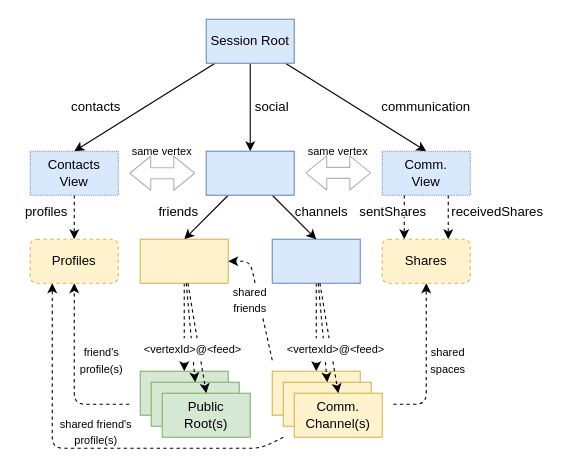
The draw.io diagram docs/social.drawio in fsteff/certacrypt, before the edit. Source tidied: cells renumbered, new cells numbered last; positions are measured from the earlier drawing's top-left corner, leaving out a move shared by most shapes. Both pictures are drawn from the tidied source at 110%, with x=0, y=0 at pixel (19, 19).
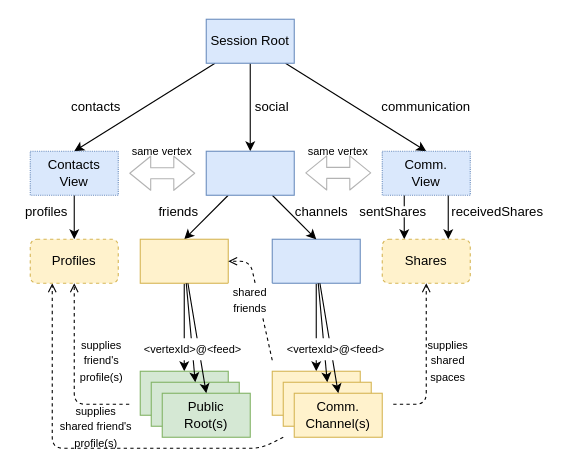
Above is the later version.

Unchanged cells that the change refers to:
```xml
<mxCell id="8" style="rounded=0;whiteSpace=wrap;html=1;fillColor=#dae8fc;strokeColor=#6c8ebf;" parent="1" vertex="1">
  <mxGeometry x="230" y="200" width="80" height="40" as="geometry" />
</mxCell>
<mxCell id="10" style="rounded=0;whiteSpace=wrap;html=1;fillColor=#fff2cc;strokeColor=#d6b656;" parent="1" vertex="1">
  <mxGeometry x="230" y="320" width="80" height="40" as="geometry" />
</mxCell>
<mxCell id="11" style="rounded=0;whiteSpace=wrap;html=1;fillColor=#fff2cc;strokeColor=#d6b656;" parent="1" vertex="1">
  <mxGeometry x="240" y="330" width="80" height="40" as="geometry" />
</mxCell>
<mxCell id="12" value="Comm. Channel(s)" style="rounded=0;whiteSpace=wrap;html=1;fillColor=#fff2cc;strokeColor=#d6b656;" parent="1" vertex="1">
  <mxGeometry x="250" y="340" width="80" height="40" as="geometry" />
</mxCell>
<mxCell id="17" value="Contacts&lt;br&gt;View" style="rounded=0;whiteSpace=wrap;html=1;fillColor=#dae8fc;dashed=1;dashPattern=1 1;strokeColor=#6c8ebf;" parent="1" vertex="1">
  <mxGeometry x="10" y="120" width="80" height="40" as="geometry" />
</mxCell>
<mxCell id="23" style="rounded=0;whiteSpace=wrap;html=1;fillColor=#fff2cc;strokeColor=#d6b656;" parent="1" vertex="1">
  <mxGeometry x="110" y="200" width="80" height="40" as="geometry" />
</mxCell>
<mxCell id="26" value="Comm.&lt;br&gt;View" style="rounded=0;whiteSpace=wrap;html=1;fillColor=#dae8fc;dashed=1;dashPattern=1 1;strokeColor=#6c8ebf;" parent="1" vertex="1">
  <mxGeometry x="330" y="120" width="80" height="40" as="geometry" />
</mxCell>
<mxCell id="33" value="Shares" style="rounded=1;whiteSpace=wrap;html=1;fillColor=#fff2cc;dashed=1;strokeColor=#d6b656;" parent="1" vertex="1">
  <mxGeometry x="330" y="200" width="80" height="40" as="geometry" />
</mxCell>
<mxCell id="34" value="Profiles" style="rounded=1;whiteSpace=wrap;html=1;fillColor=#fff2cc;dashed=1;strokeColor=#d6b656;" parent="1" vertex="1">
  <mxGeometry x="10" y="200" width="80" height="40" as="geometry" />
</mxCell>
<mxCell id="38" style="rounded=0;whiteSpace=wrap;html=1;fillColor=#d5e8d4;strokeColor=#82b366;" parent="1" vertex="1">
  <mxGeometry x="110" y="320" width="80" height="40" as="geometry" />
</mxCell>
<mxCell id="39" style="rounded=0;whiteSpace=wrap;html=1;fillColor=#d5e8d4;strokeColor=#82b366;" parent="1" vertex="1">
  <mxGeometry x="120" y="330" width="80" height="40" as="geometry" />
</mxCell>
<mxCell id="40" value="Public&lt;br&gt;Root(s)" style="rounded=0;whiteSpace=wrap;html=1;fillColor=#d5e8d4;strokeColor=#82b366;" parent="1" vertex="1">
  <mxGeometry x="130" y="340" width="80" height="40" as="geometry" />
</mxCell>
```

The edit, as a diff of the source:
```diff
@@
-    <mxCell id="2" style="endArrow=classic;html=1;dashed=1;strokeColor=#000000;fillColor=none;entryX=0.25;entryY=1;entryDx=0;entryDy=0;" parent="1" edge="1" target="34">
+    <mxCell id="2" style="endArrow=open;html=1;dashed=1;strokeColor=#000000;fillColor=none;entryX=0.25;entryY=1;entryDx=0;entryDy=0;endFill=0;" parent="1" edge="1" target="34">
       <mxGeometry relative="1" as="geometry">
         <mxPoint x="240" y="380" as="sourcePoint" />
         <Array as="points">
           <mxPoint x="220" y="390" />
           <mxPoint x="30" y="390" />
         </Array>
       </mxGeometry>
     </mxCell>
@@
-    <mxCell id="7" style="rounded=0;jettySize=auto;html=1;entryX=0.5;entryY=0;entryDx=0;entryDy=0;dashed=1;" parent="1" edge="1" source="8" target="10">
+    <mxCell id="7" style="rounded=0;jettySize=auto;html=1;entryX=0.5;entryY=0;entryDx=0;entryDy=0;" parent="1" edge="1" source="8" target="10">
       <mxGeometry relative="1" as="geometry" />
     </mxCell>
@@
-    <mxCell id="13" style="edgeStyle=none;rounded=0;jettySize=auto;html=1;entryX=0.5;entryY=0;entryDx=0;entryDy=0;dashed=1;" parent="1" edge="1" source="8" target="12">
+    <mxCell id="13" style="edgeStyle=none;rounded=0;jettySize=auto;html=1;entryX=0.5;entryY=0;entryDx=0;entryDy=0;" parent="1" edge="1" source="8" target="12">
       <mxGeometry relative="1" as="geometry" />
     </mxCell>
-    <mxCell id="14" style="edgeStyle=none;rounded=0;jettySize=auto;html=1;entryX=0.5;entryY=0;entryDx=0;entryDy=0;dashed=1;" parent="1" edge="1" source="8" target="11">
+    <mxCell id="14" style="edgeStyle=none;rounded=0;jettySize=auto;html=1;entryX=0.5;entryY=0;entryDx=0;entryDy=0;" parent="1" edge="1" source="8" target="11">
       <mxGeometry relative="1" as="geometry" />
     </mxCell>
@@
-    <mxCell id="16" style="edgeStyle=none;rounded=0;jettySize=auto;html=1;entryX=0.5;entryY=0;entryDx=0;entryDy=0;dashed=1;strokeColor=#000000;fillColor=none;" parent="1" edge="1" source="17" target="34">
+    <mxCell id="16" style="edgeStyle=none;rounded=0;jettySize=auto;html=1;entryX=0.5;entryY=0;entryDx=0;entryDy=0;strokeColor=#000000;fillColor=none;" parent="1" edge="1" source="17" target="34">
       <mxGeometry relative="1" as="geometry" />
     </mxCell>
@@
-    <mxCell id="22" style="edgeStyle=none;rounded=0;jettySize=auto;html=1;entryX=0.5;entryY=0;entryDx=0;entryDy=0;dashed=1;strokeColor=#000000;fillColor=none;" parent="1" edge="1" source="23" target="38">
+    <mxCell id="22" style="edgeStyle=none;rounded=0;jettySize=auto;html=1;entryX=0.5;entryY=0;entryDx=0;entryDy=0;strokeColor=#000000;fillColor=none;" parent="1" edge="1" source="23" target="38">
       <mxGeometry relative="1" as="geometry" />
     </mxCell>
@@
-    <mxCell id="24" style="edgeStyle=none;rounded=0;jettySize=auto;html=1;entryX=0.25;entryY=0;entryDx=0;entryDy=0;dashed=1;strokeColor=#000000;fillColor=none;exitX=0.25;exitY=1;exitDx=0;exitDy=0;" parent="1" edge="1" source="26" target="33">
+    <mxCell id="24" style="edgeStyle=none;rounded=0;jettySize=auto;html=1;entryX=0.25;entryY=0;entryDx=0;entryDy=0;strokeColor=#000000;fillColor=none;exitX=0.25;exitY=1;exitDx=0;exitDy=0;" parent="1" edge="1" source="26" target="33">
       <mxGeometry relative="1" as="geometry" />
     </mxCell>
-    <mxCell id="25" style="edgeStyle=none;rounded=0;jettySize=auto;html=1;entryX=0.75;entryY=0;entryDx=0;entryDy=0;dashed=1;fontSize=10;exitX=0.75;exitY=1;exitDx=0;exitDy=0;" parent="1" edge="1" source="26" target="33">
+    <mxCell id="25" style="edgeStyle=none;rounded=0;jettySize=auto;html=1;entryX=0.75;entryY=0;entryDx=0;entryDy=0;fontSize=10;exitX=0.75;exitY=1;exitDx=0;exitDy=0;" parent="1" edge="1" source="26" target="33">
       <mxGeometry relative="1" as="geometry" />
     </mxCell>
@@
-    <mxCell id="36" style="endArrow=classic;html=1;dashed=1;strokeColor=#000000;fillColor=none;entryX=0.5;entryY=1;entryDx=0;entryDy=0;" parent="1" edge="1" target="34">
+    <mxCell id="36" style="endArrow=open;html=1;dashed=1;strokeColor=#000000;fillColor=none;entryX=0.5;entryY=1;entryDx=0;entryDy=0;endFill=0;" parent="1" edge="1" target="34">
       <mxGeometry relative="1" as="geometry">
         <mxPoint x="100" y="350" as="sourcePoint" />
         <Array as="points">
           <mxPoint x="50" y="350" />
         </Array>
       </mxGeometry>
     </mxCell>
-    <mxCell id="37" style="endArrow=classic;html=1;dashed=1;strokeColor=#000000;fillColor=none;entryX=0.5;entryY=1;entryDx=0;entryDy=0;" parent="1" edge="1" target="33">
+    <mxCell id="37" style="endArrow=open;html=1;dashed=1;strokeColor=#000000;fillColor=none;entryX=0.5;entryY=1;entryDx=0;entryDy=0;endFill=0;" parent="1" edge="1" target="33">
       <mxGeometry relative="1" as="geometry">
         <mxPoint x="340" y="350" as="sourcePoint" />
         <Array as="points">
           <mxPoint x="370" y="350" />
         </Array>
       </mxGeometry>
     </mxCell>
@@
-    <mxCell id="41" style="edgeStyle=none;rounded=0;jettySize=auto;html=1;entryX=0.5;entryY=0;entryDx=0;entryDy=0;dashed=1;strokeColor=#000000;fillColor=none;" parent="1" edge="1" source="23" target="39">
+    <mxCell id="41" style="edgeStyle=none;rounded=0;jettySize=auto;html=1;entryX=0.5;entryY=0;entryDx=0;entryDy=0;strokeColor=#000000;fillColor=none;" parent="1" edge="1" source="23" target="39">
       <mxGeometry relative="1" as="geometry" />
     </mxCell>
-    <mxCell id="42" value="&lt;font style=&quot;font-size: 10px&quot;&gt;friend's profile(s)&lt;/font&gt;" style="text;html=1;strokeColor=none;fillColor=none;align=center;verticalAlign=middle;whiteSpace=wrap;rounded=0;dashed=1;" parent="1" vertex="1">
+    <mxCell id="42" value="&lt;font style=&quot;font-size: 10px&quot;&gt;supplies&lt;br&gt;friend's profile(s)&lt;/font&gt;" style="text;html=1;strokeColor=none;fillColor=none;align=center;verticalAlign=middle;whiteSpace=wrap;rounded=0;dashed=1;" parent="1" vertex="1">
       <mxGeometry x="50" y="300" width="50" height="20" as="geometry" />
     </mxCell>
-    <mxCell id="43" value="&lt;font style=&quot;font-size: 10px&quot;&gt;shared friend's profile(s)&lt;/font&gt;" style="text;html=1;strokeColor=none;fillColor=none;align=center;verticalAlign=middle;whiteSpace=wrap;rounded=0;dashed=1;" parent="1" vertex="1">
-      <mxGeometry x="30" y="360" width="80" height="30" as="geometry" />
+    <mxCell id="43" value="&lt;font style=&quot;font-size: 10px&quot;&gt;supplies&lt;br&gt;shared friend's profile(s)&lt;/font&gt;" style="text;html=1;strokeColor=none;fillColor=none;align=center;verticalAlign=middle;whiteSpace=wrap;rounded=0;dashed=1;" parent="1" vertex="1">
+      <mxGeometry x="30" y="350" width="80" height="40" as="geometry" />
     </mxCell>
@@
-    <mxCell id="46" style="endArrow=classic;html=1;dashed=1;strokeColor=#000000;fillColor=none;entryX=1;entryY=0.5;entryDx=0;entryDy=0;" parent="1" edge="1" target="23">
+    <mxCell id="46" style="endArrow=open;html=1;dashed=1;strokeColor=#000000;fillColor=none;entryX=1;entryY=0.5;entryDx=0;entryDy=0;endFill=0;" parent="1" edge="1" target="23">
       <mxGeometry relative="1" as="geometry">
         <mxPoint x="230" y="310" as="sourcePoint" />
         <Array as="points">
           <mxPoint x="210" y="220" />
         </Array>
       </mxGeometry>
     </mxCell>
@@
-    <mxCell id="48" value="&lt;font style=&quot;font-size: 10px&quot;&gt;shared spaces&lt;/font&gt;" style="text;html=1;strokeColor=none;fillColor=none;align=center;verticalAlign=middle;whiteSpace=wrap;rounded=0;dashed=1;" parent="1" vertex="1">
+    <mxCell id="48" value="&lt;font style=&quot;font-size: 10px&quot;&gt;supplies&lt;br&gt;shared spaces&lt;/font&gt;" style="text;html=1;strokeColor=none;fillColor=none;align=center;verticalAlign=middle;whiteSpace=wrap;rounded=0;dashed=1;" parent="1" vertex="1">
       <mxGeometry x="370" y="295" width="40" height="30" as="geometry" />
     </mxCell>
-    <mxCell id="49" style="edgeStyle=none;rounded=0;jettySize=auto;html=1;entryX=0.5;entryY=0;entryDx=0;entryDy=0;dashed=1;strokeColor=#000000;fillColor=none;" parent="1" edge="1" source="23" target="40">
+    <mxCell id="49" style="edgeStyle=none;rounded=0;jettySize=auto;html=1;entryX=0.5;entryY=0;entryDx=0;entryDy=0;strokeColor=#000000;fillColor=none;" parent="1" edge="1" source="23" target="40">
       <mxGeometry relative="1" as="geometry" />
     </mxCell>
```
